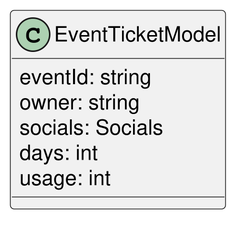
ai-shift/cyber-valley-tickets keeps this PlantUML diagram as img/event-ticket-model.png. Above is the earlier version. The source it was exported from:
```plantuml
@startuml
skinparam Dpi 300
class EventTicketModel {
  eventId: string
  owner: string
  socials: Socials
  days: int
  usage: int
}
@enduml
```
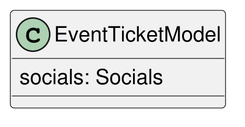
Later version of the same file.

The edit, as a diff of the source:
```diff
@@ -1,10 +1,6 @@
 @startuml
 skinparam Dpi 300
 class EventTicketModel {
-  eventId: string
-  owner: string
   socials: Socials
-  days: int
-  usage: int
 }
 @enduml
```
